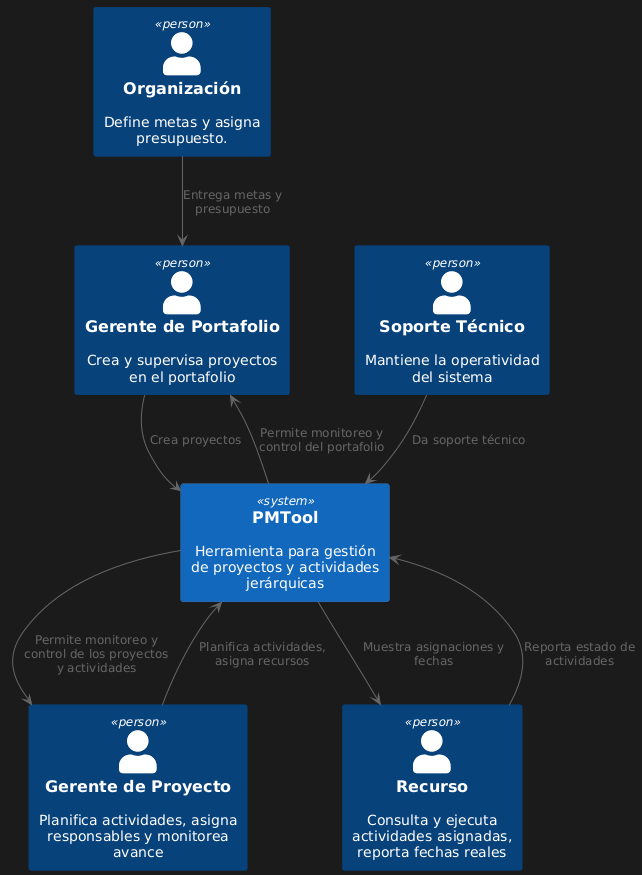
Earlier version of the PlantUML export docs/img/Diagrama_De_Contexto.png (Valentino-Carmona/PMTool). Source of this version:
```plantuml
@startuml
!includeurl https://raw.githubusercontent.com/plantuml-stdlib/C4-PlantUML/master/C4_Context.puml

Person(Org, "Organización", "Define metas y asigna presupuesto.")
Person(GPf, "Gerente de Portafolio", "Crea y supervisa proyectos en el portafolio")
Person(GPr, "Gerente de Proyecto", "Planifica actividades, asigna responsables y monitorea avance")
Person(Recurso, "Recurso", "Consulta y ejecuta actividades asignadas, reporta fechas reales")
Person(Soporte, "Soporte Técnico", "Mantiene la operatividad del sistema")

System(PMTool, "PMTool", "Herramienta para gestión de proyectos y actividades jerárquicas")

Org --> GPf : Entrega metas y presupuesto
GPf --> PMTool : Crea proyectos
GPr --> PMTool : Planifica actividades, asigna recursos
Recurso --> PMTool : Reporta estado de actividades
PMTool --> GPf : Permite monitoreo y control del portafolio
PMTool --> GPr : Permite monitoreo y control de los proyectos y actividades
PMTool --> Recurso : Muestra asignaciones y fechas
Soporte --> PMTool : Da soporte técnico
@enduml
```
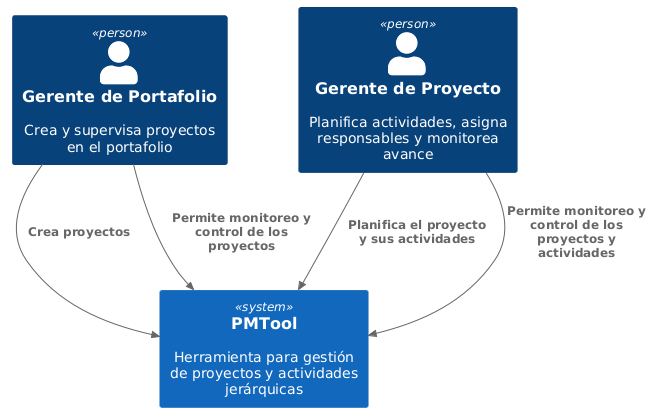
After the commit.

Commit message:
docs: Update architecture diagrams based on the feedback

The edit, as a diff of the source:
```diff
@@ -1,20 +1,13 @@
 @startuml
 !includeurl https://raw.githubusercontent.com/plantuml-stdlib/C4-PlantUML/master/C4_Context.puml
 
-Person(Org, "Organización", "Define metas y asigna presupuesto.")
 Person(GPf, "Gerente de Portafolio", "Crea y supervisa proyectos en el portafolio")
 Person(GPr, "Gerente de Proyecto", "Planifica actividades, asigna responsables y monitorea avance")
-Person(Recurso, "Recurso", "Consulta y ejecuta actividades asignadas, reporta fechas reales")
-Person(Soporte, "Soporte Técnico", "Mantiene la operatividad del sistema")
 
 System(PMTool, "PMTool", "Herramienta para gestión de proyectos y actividades jerárquicas")
 
-Org --> GPf : Entrega metas y presupuesto
-GPf --> PMTool : Crea proyectos
-GPr --> PMTool : Planifica actividades, asigna recursos
-Recurso --> PMTool : Reporta estado de actividades
-PMTool --> GPf : Permite monitoreo y control del portafolio
-PMTool --> GPr : Permite monitoreo y control de los proyectos y actividades
-PMTool --> Recurso : Muestra asignaciones y fechas
-Soporte --> PMTool : Da soporte técnico
+Rel(GPf, PMTool, "Crea proyectos")
+Rel(GPf, PMTool, "Permite monitoreo y control de los proyectos")
+Rel(GPr, PMTool, "Planifica el proyecto y sus actividades")
+Rel(GPr, PMTool, "Permite monitoreo y control de los proyectos y actividades")
 @enduml
```
